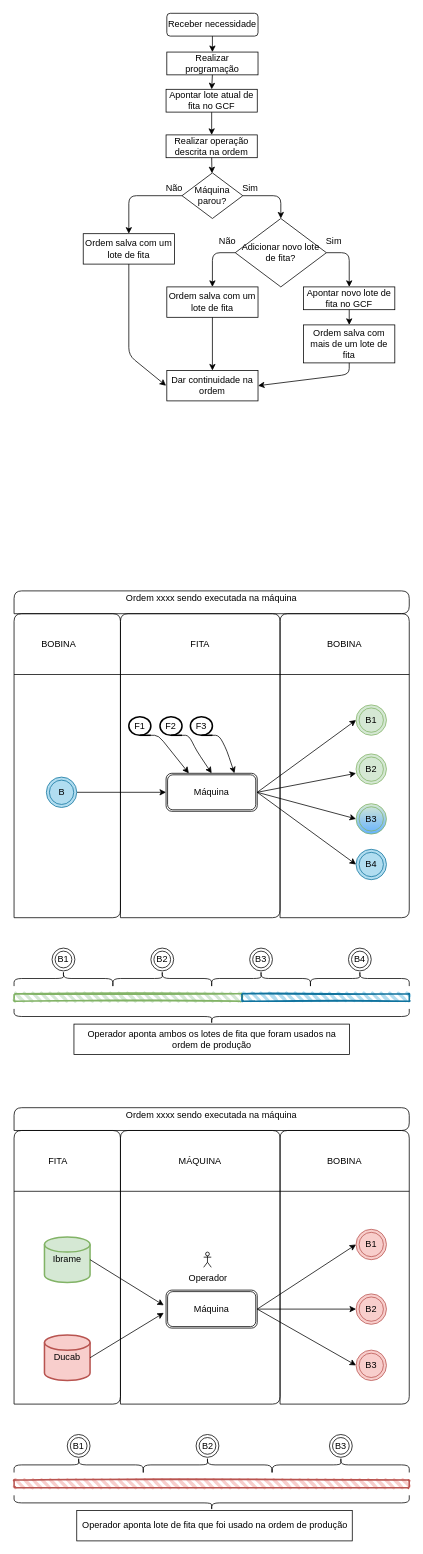
Earlier version of the draw.io diagram Fita.drawio (zeca-esp/disney.github.io). Source tidied: cells renumbered, new cells numbered last; positions are measured from the earlier drawing's top-left corner, leaving out a move shared by most shapes. Both pictures are drawn from the tidied source at 76%, with x=0, y=0 at pixel (14, 13).
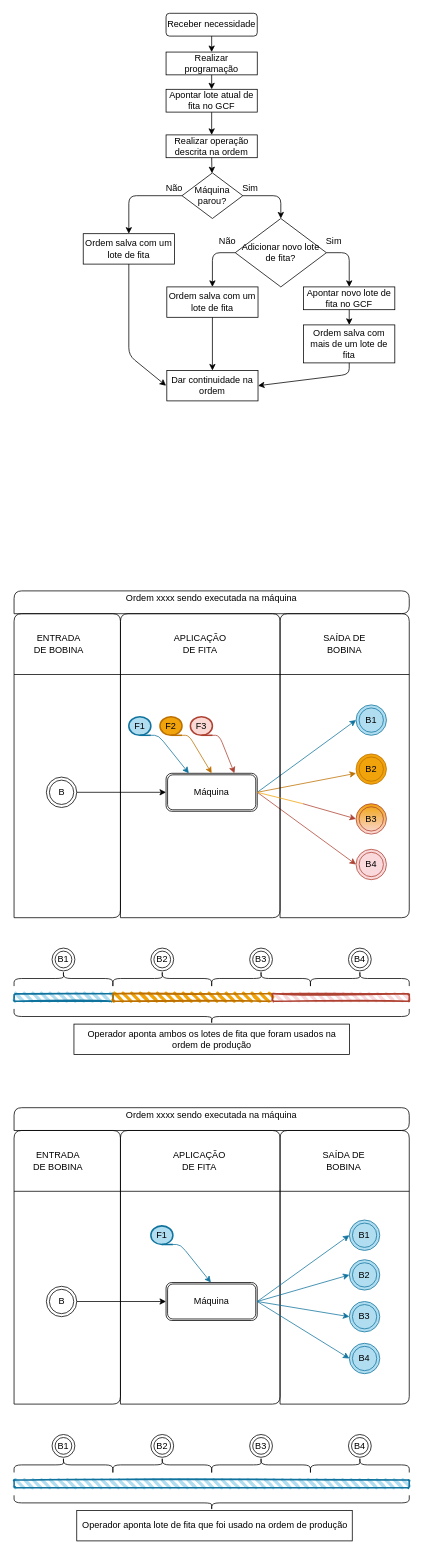
The same page after the edit.

Unchanged cells that the change refers to:
```xml
<mxCell id="2" value="Máquina" style="shape=ext;double=1;rounded=1;whiteSpace=wrap;html=1;" parent="1" vertex="1">
  <mxGeometry x="200" y="1000" width="120" height="50" as="geometry" />
</mxCell>
```

Diff of the diagram source:
```diff
@@
-    <mxCell id="4" style="endArrow=classic;html=1;exitX=1;exitY=0.5;exitDx=0;exitDy=0;entryX=0;entryY=0.5;entryDx=0;entryDy=0;entryPerimeter=0;" parent="1" edge="1" source="2">
+    <mxCell id="4" style="endArrow=classic;html=1;exitX=1;exitY=0.5;exitDx=0;exitDy=0;entryX=0;entryY=0.5;entryDx=0;entryDy=0;entryPerimeter=0;strokeColor=#10739E;" parent="1" edge="1" source="2">
       <mxGeometry relative="1" as="geometry">
         <mxPoint x="450" y="930" as="targetPoint" />
       </mxGeometry>
     </mxCell>
-    <mxCell id="5" style="endArrow=classic;html=1;exitX=1;exitY=0.5;exitDx=0;exitDy=0;entryX=0;entryY=0.5;entryDx=0;entryDy=0;entryPerimeter=0;" parent="1" edge="1" source="2">
+    <mxCell id="5" style="endArrow=classic;html=1;entryX=0;entryY=0.5;entryDx=0;entryDy=0;entryPerimeter=0;strokeColor=#AE4132;" parent="1" edge="1">
       <mxGeometry relative="1" as="geometry">
+        <mxPoint x="380" y="1040" as="sourcePoint" />
         <mxPoint x="450" y="1060" as="targetPoint" />
       </mxGeometry>
     </mxCell>
-    <mxCell id="6" style="endArrow=classic;html=1;exitX=1;exitY=0.5;exitDx=0;exitDy=0;entryX=0;entryY=0.5;entryDx=0;entryDy=0;entryPerimeter=0;" parent="1" edge="1" source="2">
+    <mxCell id="6" style="endArrow=classic;html=1;exitX=1;exitY=0.5;exitDx=0;exitDy=0;entryX=0;entryY=0.5;entryDx=0;entryDy=0;entryPerimeter=0;strokeColor=#BD7000;" parent="1" edge="1" source="2">
       <mxGeometry relative="1" as="geometry">
         <mxPoint x="450" y="1000" as="targetPoint" />
       </mxGeometry>
     </mxCell>
-    <mxCell id="7" style="endArrow=classic;html=1;exitX=1;exitY=0.5;exitDx=0;exitDy=0;entryX=0;entryY=0.5;entryDx=0;entryDy=0;entryPerimeter=0;" parent="1" edge="1" source="2">
+    <mxCell id="7" style="endArrow=classic;html=1;exitX=1;exitY=0.5;exitDx=0;exitDy=0;entryX=0;entryY=0.5;entryDx=0;entryDy=0;entryPerimeter=0;strokeColor=#AE4132;" parent="1" edge="1" source="2">
       <mxGeometry relative="1" as="geometry">
         <mxPoint x="450" y="1120" as="targetPoint" />
       </mxGeometry>
     </mxCell>
@@
-    <mxCell id="12" value="BOBINA" style="text;html=1;strokeColor=none;fillColor=none;align=center;verticalAlign=middle;whiteSpace=wrap;rounded=0;" parent="1" vertex="1">
+    <mxCell id="12" value="ENTRADA DE BOBINA" style="text;html=1;strokeColor=none;fillColor=none;align=center;verticalAlign=middle;whiteSpace=wrap;rounded=0;" parent="1" vertex="1">
       <mxGeometry x="23" y="820" width="72" height="20" as="geometry" />
     </mxCell>
-    <mxCell id="13" value="FITA" style="text;html=1;strokeColor=none;fillColor=none;align=center;verticalAlign=middle;whiteSpace=wrap;rounded=0;" parent="1" vertex="1">
+    <mxCell id="13" value="APLICAÇÃO DE FITA" style="text;html=1;strokeColor=none;fillColor=none;align=center;verticalAlign=middle;whiteSpace=wrap;rounded=0;" parent="1" vertex="1">
       <mxGeometry x="210" y="820" width="70" height="20" as="geometry" />
     </mxCell>
-    <mxCell id="14" value="BOBINA" style="text;html=1;strokeColor=none;fillColor=none;align=center;verticalAlign=middle;whiteSpace=wrap;rounded=0;" parent="1" vertex="1">
+    <mxCell id="14" value="SAÍDA DE BOBINA" style="text;html=1;strokeColor=none;fillColor=none;align=center;verticalAlign=middle;whiteSpace=wrap;rounded=0;" parent="1" vertex="1">
       <mxGeometry x="400" y="820" width="70" height="20" as="geometry" />
     </mxCell>
-    <mxCell id="15" value="B1" style="ellipse;shape=doubleEllipse;whiteSpace=wrap;html=1;fillColor=#d5e8d4;strokeColor=#82b366;" parent="1" vertex="1">
+    <mxCell id="15" value="B1" style="ellipse;shape=doubleEllipse;whiteSpace=wrap;html=1;fillColor=#b1ddf0;strokeColor=#10739e;" parent="1" vertex="1">
       <mxGeometry x="450" y="910" width="40" height="40" as="geometry" />
     </mxCell>
-    <mxCell id="16" value="B2" style="ellipse;shape=doubleEllipse;whiteSpace=wrap;html=1;fillColor=#d5e8d4;strokeColor=#82b366;" parent="1" vertex="1">
+    <mxCell id="16" value="B2" style="ellipse;shape=doubleEllipse;whiteSpace=wrap;html=1;fillColor=#F0A30A;strokeColor=#BD7000;" parent="1" vertex="1">
       <mxGeometry x="450" y="974.5" width="40" height="40" as="geometry" />
     </mxCell>
-    <mxCell id="17" value="B3" style="ellipse;shape=doubleEllipse;whiteSpace=wrap;html=1;fillColor=#d5e8d4;strokeColor=#82B366;gradientDirection=south;strokeWidth=1;gradientColor=#66B2FF;" parent="1" vertex="1">
+    <mxCell id="17" value="B3" style="ellipse;shape=doubleEllipse;whiteSpace=wrap;html=1;fillColor=#F0A30A;strokeColor=#AE4132;gradientDirection=south;strokeWidth=1;gradientColor=#FAD9DC;perimeterSpacing=0;" parent="1" vertex="1">
       <mxGeometry x="450" y="1040" width="40" height="40" as="geometry" />
     </mxCell>
-    <mxCell id="18" value="B4" style="ellipse;shape=doubleEllipse;whiteSpace=wrap;html=1;fillColor=#b1ddf0;strokeColor=#10739e;" parent="1" vertex="1">
+    <mxCell id="18" value="B4" style="ellipse;shape=doubleEllipse;whiteSpace=wrap;html=1;fillColor=#FAD9DC;strokeColor=#AE4132;" parent="1" vertex="1">
       <mxGeometry x="450" y="1100" width="40" height="40" as="geometry" />
     </mxCell>
@@
-    <mxCell id="27" style="rounded=1;whiteSpace=wrap;html=1;strokeWidth=2;fillWeight=4;hachureGap=8;hachureAngle=45;fillColor=#d5e8d4;sketch=1;strokeColor=#82b366;" parent="1" vertex="1">
-      <mxGeometry y="1290" width="300" height="10" as="geometry" />
+    <mxCell id="27" style="rounded=1;whiteSpace=wrap;html=1;strokeWidth=2;fillWeight=4;hachureGap=8;hachureAngle=45;fillColor=#B1DDF0;sketch=1;strokeColor=#10739E;" parent="1" vertex="1">
+      <mxGeometry y="1290" width="130" height="10" as="geometry" />
     </mxCell>
-    <mxCell id="28" style="rounded=1;whiteSpace=wrap;html=1;strokeWidth=2;fillWeight=4;hachureGap=8;hachureAngle=45;fillColor=#b1ddf0;sketch=1;strokeColor=#10739e;" parent="1" vertex="1">
-      <mxGeometry x="300" y="1290" width="220" height="10" as="geometry" />
+    <mxCell id="28" style="rounded=1;whiteSpace=wrap;html=1;strokeWidth=2;fillWeight=4;hachureGap=8;hachureAngle=45;fillColor=#F0A30A;sketch=1;strokeColor=#BD7000;" parent="1" vertex="1">
+      <mxGeometry x="130" y="1290" width="210" height="10" as="geometry" />
     </mxCell>
@@
-    <mxCell id="33" value="Ibrame" style="strokeWidth=2;html=1;shape=mxgraph.flowchart.database;whiteSpace=wrap;fillColor=#d5e8d4;strokeColor=#82b366;" parent="1" vertex="1">
-      <mxGeometry x="40" y="1610" width="60" height="60" as="geometry" />
-    </mxCell>
-    <mxCell id="34" value="Máquina" style="shape=ext;double=1;rounded=1;whiteSpace=wrap;html=1;" parent="1" vertex="1">
-      <mxGeometry x="200" y="1680" width="120" height="50" as="geometry" />
-    </mxCell>
-    <mxCell id="35" style="endArrow=classic;html=1;exitX=1;exitY=0.5;exitDx=0;exitDy=0;exitPerimeter=0;" parent="1" edge="1" source="33">
-      <mxGeometry relative="1" as="geometry">
-        <mxPoint x="197" y="1700" as="targetPoint" />
-      </mxGeometry>
-    </mxCell>
-    <mxCell id="36" style="endArrow=classic;html=1;exitX=1;exitY=0.5;exitDx=0;exitDy=0;entryX=0;entryY=0.5;entryDx=0;entryDy=0;" parent="1" edge="1" source="34" target="48">
-      <mxGeometry relative="1" as="geometry" />
-    </mxCell>
-    <mxCell id="37" style="endArrow=classic;html=1;exitX=1;exitY=0.5;exitDx=0;exitDy=0;entryX=0;entryY=0.5;entryDx=0;entryDy=0;" parent="1" edge="1" source="34" target="50">
-      <mxGeometry relative="1" as="geometry" />
-    </mxCell>
-    <mxCell id="38" style="endArrow=classic;html=1;exitX=1;exitY=0.5;exitDx=0;exitDy=0;entryX=0;entryY=0.5;entryDx=0;entryDy=0;" parent="1" edge="1" source="34" target="49">
-      <mxGeometry relative="1" as="geometry" />
-    </mxCell>
-    <mxCell id="39" value="Ducab" style="strokeWidth=2;html=1;shape=mxgraph.flowchart.database;whiteSpace=wrap;fillColor=#F8CECC;strokeColor=#B85450;" parent="1" vertex="1">
-      <mxGeometry x="40" y="1739" width="60" height="60" as="geometry" />
-    </mxCell>
-    <mxCell id="40" style="endArrow=classic;html=1;exitX=1;exitY=0.5;exitDx=0;exitDy=0;exitPerimeter=0;" parent="1" edge="1" source="39">
-      <mxGeometry relative="1" as="geometry">
-        <mxPoint x="197" y="1710" as="targetPoint" />
-      </mxGeometry>
-    </mxCell>
@@
-    <mxCell id="45" value="FITA" style="text;html=1;strokeColor=none;fillColor=none;align=center;verticalAlign=middle;whiteSpace=wrap;rounded=0;" parent="1" vertex="1">
-      <mxGeometry x="21" y="1500" width="74" height="20" as="geometry" />
-    </mxCell>
-    <mxCell id="46" value="MÁQUINA" style="text;html=1;strokeColor=none;fillColor=none;align=center;verticalAlign=middle;whiteSpace=wrap;rounded=0;" parent="1" vertex="1">
-      <mxGeometry x="210" y="1500" width="70" height="20" as="geometry" />
-    </mxCell>
-    <mxCell id="47" value="BOBINA" style="text;html=1;strokeColor=none;fillColor=none;align=center;verticalAlign=middle;whiteSpace=wrap;rounded=0;" parent="1" vertex="1">
-      <mxGeometry x="400" y="1500" width="70" height="20" as="geometry" />
-    </mxCell>
-    <mxCell id="48" value="B1" style="ellipse;shape=doubleEllipse;whiteSpace=wrap;html=1;fillColor=#F8CECC;strokeColor=#B85450;" parent="1" vertex="1">
-      <mxGeometry x="450" y="1600" width="40" height="40" as="geometry" />
-    </mxCell>
-    <mxCell id="49" value="B2" style="ellipse;shape=doubleEllipse;whiteSpace=wrap;html=1;fillColor=#F8CECC;strokeColor=#B85450;" parent="1" vertex="1">
-      <mxGeometry x="450" y="1685" width="40" height="40" as="geometry" />
-    </mxCell>
-    <mxCell id="50" value="B3" style="ellipse;shape=doubleEllipse;whiteSpace=wrap;html=1;fillColor=#F8CECC;strokeColor=#B85450;gradientDirection=south;strokeWidth=1;" parent="1" vertex="1">
-      <mxGeometry x="450" y="1759" width="40" height="40" as="geometry" />
-    </mxCell>
-    <mxCell id="51" style="shape=curlyBracket;whiteSpace=wrap;html=1;rounded=1;direction=south;" parent="1" vertex="1">
-      <mxGeometry y="1900" width="170" height="20" as="geometry" />
-    </mxCell>
-    <mxCell id="52" style="shape=curlyBracket;whiteSpace=wrap;html=1;rounded=1;direction=south;" parent="1" vertex="1">
-      <mxGeometry x="170" y="1900" width="169" height="20" as="geometry" />
-    </mxCell>
-    <mxCell id="53" style="shape=curlyBracket;whiteSpace=wrap;html=1;rounded=1;direction=south;" parent="1" vertex="1">
-      <mxGeometry x="340" y="1900" width="180" height="20" as="geometry" />
-    </mxCell>
-    <mxCell id="54" value="B1" style="ellipse;shape=doubleEllipse;whiteSpace=wrap;html=1;" parent="1" vertex="1">
-      <mxGeometry x="70" y="1870" width="30" height="30" as="geometry" />
-    </mxCell>
-    <mxCell id="55" value="B2" style="ellipse;shape=doubleEllipse;whiteSpace=wrap;html=1;" parent="1" vertex="1">
-      <mxGeometry x="239.5" y="1870" width="30" height="30" as="geometry" />
-    </mxCell>
-    <mxCell id="56" value="B3" style="ellipse;shape=doubleEllipse;whiteSpace=wrap;html=1;" parent="1" vertex="1">
-      <mxGeometry x="415" y="1870" width="30" height="30" as="geometry" />
-    </mxCell>
-    <mxCell id="57" style="rounded=1;whiteSpace=wrap;html=1;strokeWidth=2;fillWeight=4;hachureGap=8;hachureAngle=45;fillColor=#F8CECC;sketch=1;strokeColor=#B85450;" parent="1" vertex="1">
+    <mxCell id="57" style="rounded=1;whiteSpace=wrap;html=1;strokeWidth=2;fillWeight=4;hachureGap=8;hachureAngle=45;fillColor=#B1DDF0;sketch=1;strokeColor=#10739E;" parent="1" vertex="1">
       <mxGeometry y="1930" width="520" height="10" as="geometry" />
     </mxCell>
@@
     <mxCell id="62" value="Receber necessidade" style="rounded=1;whiteSpace=wrap;html=1;" parent="1" vertex="1">
-      <mxGeometry x="201" width="120" height="30" as="geometry" />
+      <mxGeometry x="200" width="120" height="30" as="geometry" />
     </mxCell>
     <mxCell id="63" value="Realizar programação" style="rounded=0;whiteSpace=wrap;html=1;" parent="1" vertex="1">
-      <mxGeometry x="201" y="51" width="120" height="30" as="geometry" />
+      <mxGeometry x="200" y="51" width="120" height="30" as="geometry" />
     </mxCell>
@@
-    <mxCell id="89" value="Operador" style="shape=umlActor;verticalLabelPosition=bottom;verticalAlign=top;html=1;" parent="1" vertex="1">
-      <mxGeometry x="249.5" y="1630" width="10" height="20" as="geometry" />
-    </mxCell>
-    <mxCell id="90" value="B" style="ellipse;shape=doubleEllipse;whiteSpace=wrap;html=1;fillColor=#b1ddf0;strokeColor=#10739e;" parent="1" vertex="1">
+    <mxCell id="90" value="B" style="ellipse;shape=doubleEllipse;whiteSpace=wrap;html=1;" parent="1" vertex="1">
       <mxGeometry x="42.5" y="1005" width="40" height="40" as="geometry" />
     </mxCell>
-    <mxCell id="91" value="F2" style="strokeWidth=2;html=1;shape=mxgraph.flowchart.sequential_data;whiteSpace=wrap;" parent="1" vertex="1">
+    <mxCell id="91" value="F2" style="strokeWidth=2;html=1;shape=mxgraph.flowchart.sequential_data;whiteSpace=wrap;fillColor=#F0A30A;strokeColor=#BD7000;fontColor=#000000;" parent="1" vertex="1">
       <mxGeometry x="192" y="925.5" width="29" height="24.5" as="geometry" />
     </mxCell>
-    <mxCell id="92" value="F3" style="strokeWidth=2;html=1;shape=mxgraph.flowchart.sequential_data;whiteSpace=wrap;" parent="1" vertex="1">
+    <mxCell id="92" value="F3" style="strokeWidth=2;html=1;shape=mxgraph.flowchart.sequential_data;whiteSpace=wrap;fillColor=#fad9d5;strokeColor=#AE4132;" parent="1" vertex="1">
       <mxGeometry x="232" y="925.5" width="29" height="24.5" as="geometry" />
     </mxCell>
-    <mxCell id="93" value="F1" style="strokeWidth=2;html=1;shape=mxgraph.flowchart.sequential_data;whiteSpace=wrap;" parent="1" vertex="1">
+    <mxCell id="93" value="F1" style="strokeWidth=2;html=1;shape=mxgraph.flowchart.sequential_data;whiteSpace=wrap;fillColor=#B1DDF0;strokeColor=#10739E;" parent="1" vertex="1">
       <mxGeometry x="151" y="925.5" width="29" height="24.5" as="geometry" />
     </mxCell>
-    <mxCell id="94" style="endArrow=classic;html=1;exitX=1;exitY=1;exitDx=0;exitDy=0;exitPerimeter=0;entryX=0.25;entryY=0;entryDx=0;entryDy=0;" parent="1" edge="1" source="93" target="2">
+    <mxCell id="94" style="endArrow=classic;html=1;exitX=1;exitY=1;exitDx=0;exitDy=0;exitPerimeter=0;entryX=0.25;entryY=0;entryDx=0;entryDy=0;strokeColor=#10739E;" parent="1" edge="1" source="93" target="2">
       <mxGeometry relative="1" as="geometry">
         <Array as="points">
           <mxPoint x="190" y="950" />
         </Array>
       </mxGeometry>
     </mxCell>
-    <mxCell id="95" style="endArrow=classic;html=1;exitX=1;exitY=1;exitDx=0;exitDy=0;exitPerimeter=0;entryX=0.5;entryY=0;entryDx=0;entryDy=0;" parent="1" edge="1" source="91" target="2">
+    <mxCell id="95" style="endArrow=classic;html=1;exitX=1;exitY=1;exitDx=0;exitDy=0;exitPerimeter=0;entryX=0.5;entryY=0;entryDx=0;entryDy=0;strokeColor=#BD7000;" parent="1" edge="1" source="91" target="2">
       <mxGeometry relative="1" as="geometry">
         <Array as="points">
           <mxPoint x="230" y="950" />
-          <mxPoint x="240" y="970" />
         </Array>
       </mxGeometry>
     </mxCell>
-    <mxCell id="96" style="endArrow=classic;html=1;entryX=0.75;entryY=0;entryDx=0;entryDy=0;" parent="1" edge="1" target="2">
+    <mxCell id="96" style="endArrow=classic;html=1;entryX=0.75;entryY=0;entryDx=0;entryDy=0;strokeColor=#AE4132;" parent="1" edge="1" target="2">
       <mxGeometry relative="1" as="geometry">
         <mxPoint x="260" y="950" as="sourcePoint" />
         <Array as="points">
           <mxPoint x="270" y="950" />
-          <mxPoint x="280" y="970" />
         </Array>
       </mxGeometry>
     </mxCell>
+    <mxCell id="97" style="endArrow=none;html=1;strokeColor=#F0A30A;exitX=1;exitY=0.5;exitDx=0;exitDy=0;" parent="1" edge="1" source="2">
+      <mxGeometry relative="1" as="geometry">
+        <mxPoint x="380" y="1040" as="targetPoint" />
+      </mxGeometry>
+    </mxCell>
+    <mxCell id="98" style="rounded=1;whiteSpace=wrap;html=1;strokeWidth=2;fillWeight=4;hachureGap=8;hachureAngle=45;fillColor=#FAD9DC;sketch=1;strokeColor=#AE4132;" parent="1" vertex="1">
+      <mxGeometry x="340" y="1290" width="180" height="10" as="geometry" />
+    </mxCell>
+    <mxCell id="34" value="Máquina" style="shape=ext;double=1;rounded=1;whiteSpace=wrap;html=1;" parent="1" vertex="1">
+      <mxGeometry x="200" y="1670" width="120" height="50" as="geometry" />
+    </mxCell>
+    <mxCell id="99" style="endArrow=classic;html=1;exitX=1;exitY=0.5;exitDx=0;exitDy=0;entryX=0;entryY=0.5;entryDx=0;entryDy=0;" parent="1" edge="1" source="100" target="34">
+      <mxGeometry relative="1" as="geometry" />
+    </mxCell>
+    <mxCell id="38" style="endArrow=classic;html=1;exitX=1;exitY=0.5;exitDx=0;exitDy=0;strokeColor=#10739E;entryX=0;entryY=0.5;entryDx=0;entryDy=0;" parent="1" edge="1" source="34" target="49">
+      <mxGeometry relative="1" as="geometry" />
+    </mxCell>
+    <mxCell id="49" value="B2" style="ellipse;shape=doubleEllipse;whiteSpace=wrap;html=1;fillColor=#B1DDF0;strokeColor=#10739E;" parent="1" vertex="1">
+      <mxGeometry x="441.2" y="1640" width="40" height="40" as="geometry" />
+    </mxCell>
+    <mxCell id="100" value="B" style="ellipse;shape=doubleEllipse;whiteSpace=wrap;html=1;" parent="1" vertex="1">
+      <mxGeometry x="42.5" y="1675" width="40" height="40" as="geometry" />
+    </mxCell>
+    <mxCell id="101" value="F1" style="strokeWidth=2;html=1;shape=mxgraph.flowchart.sequential_data;whiteSpace=wrap;fillColor=#B1DDF0;strokeColor=#10739E;" parent="1" vertex="1">
+      <mxGeometry x="180" y="1595.5" width="29" height="24.5" as="geometry" />
+    </mxCell>
+    <mxCell id="102" style="endArrow=classic;html=1;exitX=1;exitY=1;exitDx=0;exitDy=0;exitPerimeter=0;entryX=0.25;entryY=0;entryDx=0;entryDy=0;strokeColor=#10739E;" parent="1" edge="1" source="101">
+      <mxGeometry relative="1" as="geometry">
+        <mxPoint x="259" y="1670" as="targetPoint" />
+        <Array as="points">
+          <mxPoint x="219" y="1620" />
+        </Array>
+      </mxGeometry>
+    </mxCell>
+    <mxCell id="48" value="B1" style="ellipse;shape=doubleEllipse;whiteSpace=wrap;html=1;fillColor=#B1DDF0;strokeColor=#10739E;" parent="1" vertex="1">
+      <mxGeometry x="441.2" y="1587.8" width="40" height="40" as="geometry" />
+    </mxCell>
+    <mxCell id="50" value="B3" style="ellipse;shape=doubleEllipse;whiteSpace=wrap;html=1;fillColor=#B1DDF0;strokeColor=#10739E;" parent="1" vertex="1">
+      <mxGeometry x="441.2" y="1695" width="40" height="40" as="geometry" />
+    </mxCell>
+    <mxCell id="103" value="B4" style="ellipse;shape=doubleEllipse;whiteSpace=wrap;html=1;fillColor=#B1DDF0;strokeColor=#10739E;" parent="1" vertex="1">
+      <mxGeometry x="441.2" y="1750" width="40" height="40" as="geometry" />
+    </mxCell>
+    <mxCell id="37" style="endArrow=classic;html=1;exitX=1;exitY=0.5;exitDx=0;exitDy=0;strokeColor=#10739E;entryX=0;entryY=0.5;entryDx=0;entryDy=0;" parent="1" edge="1" source="34" target="50">
+      <mxGeometry relative="1" as="geometry" />
+    </mxCell>
+    <mxCell id="104" style="endArrow=classic;html=1;exitX=1;exitY=0.5;exitDx=0;exitDy=0;strokeColor=#10739E;entryX=0;entryY=0.5;entryDx=0;entryDy=0;" parent="1" edge="1" source="34" target="103">
+      <mxGeometry relative="1" as="geometry" />
+    </mxCell>
+    <mxCell id="36" style="endArrow=classic;html=1;exitX=1;exitY=0.5;exitDx=0;exitDy=0;strokeColor=#10739E;entryX=0;entryY=0.5;entryDx=0;entryDy=0;" parent="1" edge="1" source="34" target="48">
+      <mxGeometry relative="1" as="geometry" />
+    </mxCell>
+    <mxCell id="105" style="shape=curlyBracket;whiteSpace=wrap;html=1;rounded=1;direction=south;" parent="1" vertex="1">
+      <mxGeometry y="1900" width="130" height="20" as="geometry" />
+    </mxCell>
+    <mxCell id="106" style="shape=curlyBracket;whiteSpace=wrap;html=1;rounded=1;direction=south;" parent="1" vertex="1">
+      <mxGeometry x="130" y="1900" width="130" height="20" as="geometry" />
+    </mxCell>
+    <mxCell id="107" style="shape=curlyBracket;whiteSpace=wrap;html=1;rounded=1;direction=south;" parent="1" vertex="1">
+      <mxGeometry x="260" y="1900" width="130" height="20" as="geometry" />
+    </mxCell>
+    <mxCell id="108" style="shape=curlyBracket;whiteSpace=wrap;html=1;rounded=1;direction=south;" parent="1" vertex="1">
+      <mxGeometry x="390" y="1900" width="130" height="20" as="geometry" />
+    </mxCell>
+    <mxCell id="54" value="B1" style="ellipse;shape=doubleEllipse;whiteSpace=wrap;html=1;" parent="1" vertex="1">
+      <mxGeometry x="50" y="1870" width="30" height="30" as="geometry" />
+    </mxCell>
+    <mxCell id="55" value="B2" style="ellipse;shape=doubleEllipse;whiteSpace=wrap;html=1;" parent="1" vertex="1">
+      <mxGeometry x="180" y="1870" width="30" height="30" as="geometry" />
+    </mxCell>
+    <mxCell id="56" value="B3" style="ellipse;shape=doubleEllipse;whiteSpace=wrap;html=1;" parent="1" vertex="1">
+      <mxGeometry x="310" y="1870" width="30" height="30" as="geometry" />
+    </mxCell>
+    <mxCell id="109" value="B4" style="ellipse;shape=doubleEllipse;whiteSpace=wrap;html=1;" parent="1" vertex="1">
+      <mxGeometry x="440" y="1870" width="30" height="30" as="geometry" />
+    </mxCell>
+    <mxCell id="110" value="ENTRADA DE BOBINA" style="text;html=1;strokeColor=none;fillColor=none;align=center;verticalAlign=middle;whiteSpace=wrap;rounded=0;" parent="1" vertex="1">
+      <mxGeometry x="21.5" y="1500" width="72" height="20" as="geometry" />
+    </mxCell>
+    <mxCell id="111" value="APLICAÇÃO DE FITA" style="text;html=1;strokeColor=none;fillColor=none;align=center;verticalAlign=middle;whiteSpace=wrap;rounded=0;" parent="1" vertex="1">
+      <mxGeometry x="208.5" y="1500" width="70" height="20" as="geometry" />
+    </mxCell>
+    <mxCell id="112" value="SAÍDA DE BOBINA" style="text;html=1;strokeColor=none;fillColor=none;align=center;verticalAlign=middle;whiteSpace=wrap;rounded=0;" parent="1" vertex="1">
+      <mxGeometry x="398.5" y="1500" width="70" height="20" as="geometry" />
+    </mxCell>
```
